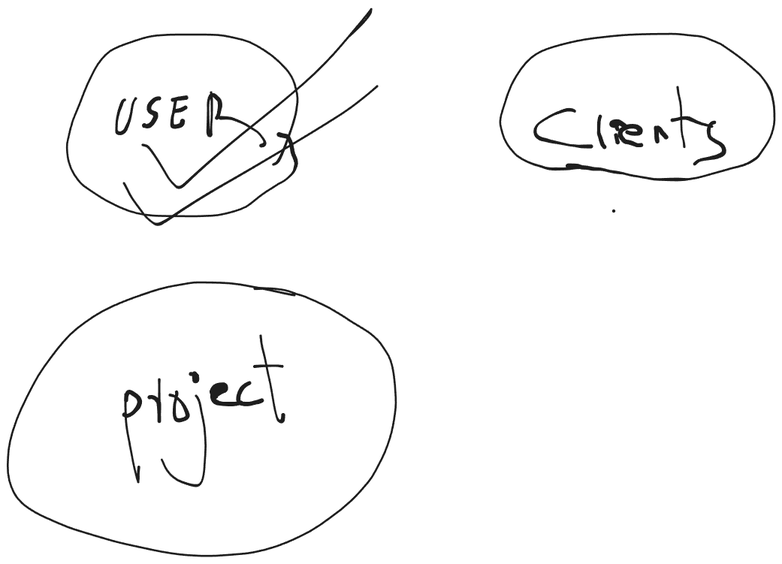
AryanAD/projectI keeps this Excalidraw diagram as idea.excalidraw.png. Above is the earlier version. Source tidied: one line per element, renumbered; positions are measured from the earlier drawing's top-left corner, leaving out a move shared by most shapes.
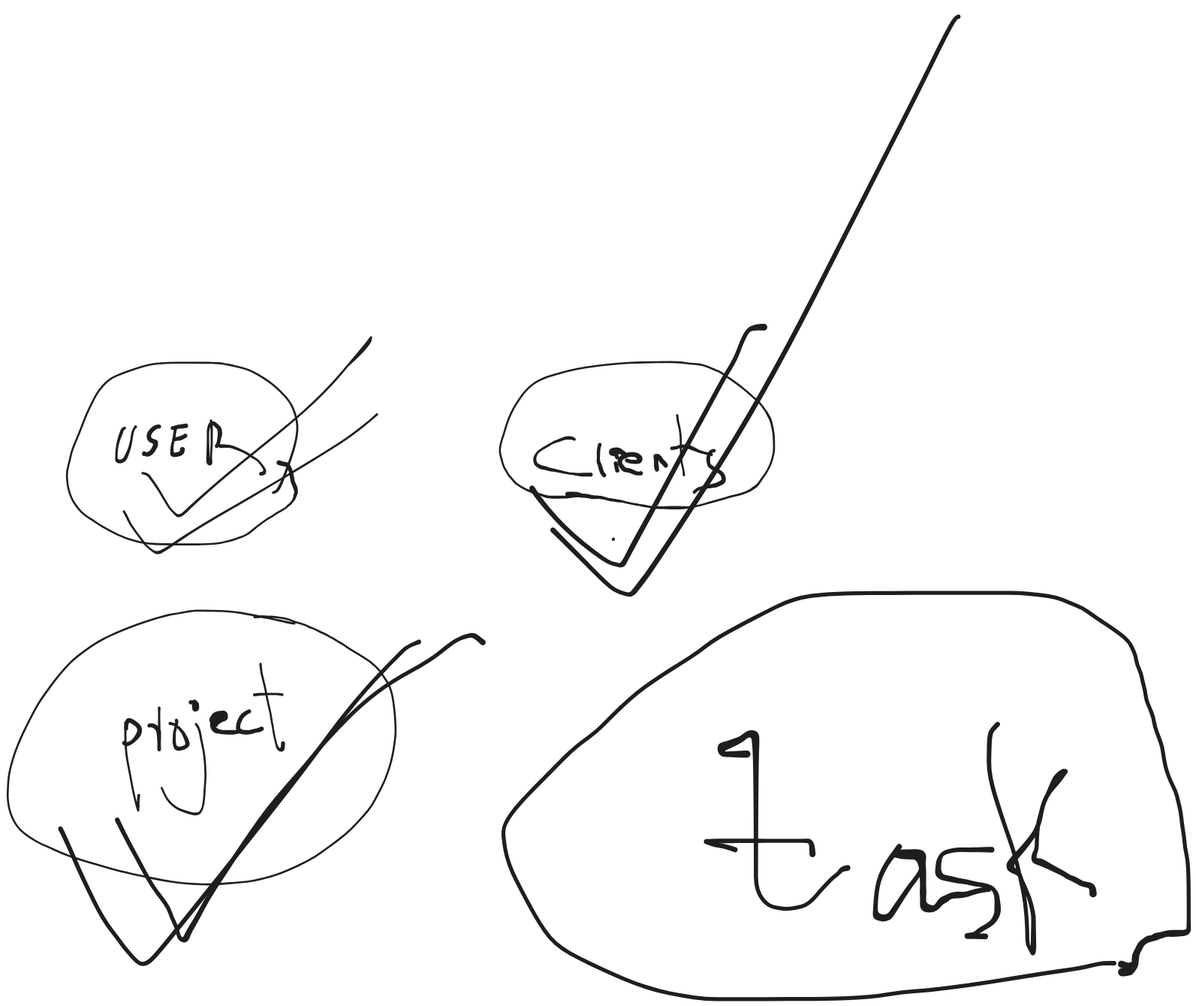
The same diagram one commit later.

Change to the diagram source:
```diff
@@ -30,3 +30,13 @@
 {"id": 29, "type": "freedraw", "strokeColor": "#1e1e1e", "strokeWidth": 1, "roughness": 1, "x": 329, "y": 478, "width": 37, "height": 1, "points": [[0, 0], [1, 0], [5, -1], [10, -1], [16, -1], [22, -1], [27, -1], [31, -1], [33, -1], [34, -1], [35, -1], [36, -1], [37, 0], [37, 0]]}
 {"id": 30, "type": "freedraw", "strokeColor": "#1e1e1e", "strokeWidth": 1, "roughness": 1, "x": 277, "y": 517, "width": 19, "height": 18, "points": [[0, 0], [1, -2], [2, -2], [5, -3], [6, -4], [8, -5], [9, -6], [12, -7], [13, -7], [14, -8], [14, -9], [14, -11], [14, -12], [13, -14], [12, -15], [11, -15], [10, -15], [9, -15], [8, -15], [6, -14], [5, -14], [4, -14], [3, -14], [1, -13], [0, -13], [-1, -12], [-2, -11], [-3, -10], [-3, -9], [-4, -8], [-5, -7], [-5, -6], [-5, -5], [-5, -4], [-4, -3], [-3, -3], [-1, -3], [0, -3], [0, -2], [0, 0], [0, 3], [0, 0]]}
 {"id": 31, "type": "freedraw", "strokeColor": "#1e1e1e", "strokeWidth": 1, "roughness": 1, "x": 382, "y": 383, "width": 518, "height": 365, "points": [[0, 0], [-48, -10], [-113, -17], [-162, -12], [-219, 5], [-282, 38], [-327, 86], [-366, 155], [-382, 220], [-373, 265], [-330, 298], [-240, 328], [-118, 348], [-36, 339], [38, 305], [101, 246], [134, 163], [130, 91], [114, 63], [92, 45], [66, 29], [38, 12], [13, 1], [-14, -7], [-36, -9], [-49, -9]]}
+{"id": 32, "type": "freedraw", "strokeColor": "#1e1e1e", "strokeWidth": 2, "roughness": 1, "x": 727, "y": 259, "width": 541, "height": 783, "points": [[0, 0], [8, 8], [16, 16], [40, 40], [56, 56], [68, 68], [80, 80], [91, 88], [103, 88], [107, 88], [107, 84], [111, 80], [155, 20], [382, -334], [525, -660], [541, -692], [541, -696], [541, -692], [541, -688], [541, -684], [541, -684]]}
+{"id": 33, "type": "freedraw", "strokeColor": "#1e1e1e", "strokeWidth": 2, "roughness": 1, "x": 699, "y": 203, "width": 310, "height": 318, "points": [[0, 0], [8, 12], [16, 24], [48, 60], [72, 80], [95, 96], [107, 103], [111, 103], [119, 103], [123, 103], [123, 99], [123, 96], [143, 60], [183, -12], [227, -95], [258, -151], [270, -175], [282, -191], [282, -203], [286, -211], [290, -215], [294, -215], [298, -215], [302, -215], [306, -215], [310, -215], [310, -215]]}
+{"id": 34, "type": "freedraw", "strokeColor": "#1e1e1e", "strokeWidth": 2, "roughness": 1, "x": 71, "y": 656, "width": 481, "height": 433, "points": [[0, 0], [4, 8], [8, 16], [24, 52], [32, 72], [48, 103], [60, 127], [72, 143], [84, 155], [91, 167], [99, 175], [107, 183], [111, 183], [119, 179], [131, 167], [203, 76], [310, -60], [378, -147], [398, -179], [410, -191], [425, -207], [433, -215], [445, -226], [457, -238], [469, -250], [481, -250], [481, -250]]}
+{"id": 35, "type": "freedraw", "strokeColor": "#1e1e1e", "strokeWidth": 2, "roughness": 1, "x": 146, "y": 644, "width": 489, "height": 409, "points": [[0, 0], [4, 8], [8, 16], [24, 48], [36, 68], [44, 84], [56, 103], [68, 115], [76, 127], [76, 139], [84, 151], [84, 163], [88, 163], [91, 163], [95, 155], [95, 147], [103, 135], [115, 115], [127, 92], [147, 64], [171, 28], [195, -8], [219, -40], [243, -63], [270, -95], [282, -111], [294, -123], [306, -135], [326, -155], [350, -175], [374, -191], [398, -203], [421, -215], [437, -226], [449, -238], [461, -246], [469, -246], [473, -246], [477, -246], [481, -242], [489, -234], [489, -234]]}
+{"id": 36, "type": "freedraw", "strokeColor": "#1e1e1e", "strokeWidth": 2, "roughness": 1, "x": 985, "y": 557, "width": 171, "height": 235, "points": [[0, 0], [-4, 0], [-12, 0], [-24, 0], [-32, 0], [-36, 0], [-36, -4], [-36, -8], [-36, -12], [-32, -12], [-28, -12], [-24, -12], [-16, -16], [-8, -20], [0, -24], [0, -28], [4, -28], [8, -28], [12, -28], [12, -24], [12, -20], [12, -4], [12, 8], [12, 28], [12, 56], [12, 80], [12, 103], [12, 123], [12, 147], [12, 171], [12, 187], [20, 199], [32, 207], [40, 207], [52, 207], [64, 207], [76, 203], [88, 199], [95, 187], [103, 175], [115, 163], [119, 159], [127, 155], [127, 151], [131, 151], [135, 151], [135, 151]]}
+{"id": 37, "type": "freedraw", "strokeColor": "#1e1e1e", "strokeWidth": 2, "roughness": 1, "x": 969, "y": 684, "width": 147, "height": 20, "points": [[0, 0], [-4, 0], [-8, -4], [-24, -8], [-36, -8], [-44, -12], [-40, -12], [-32, -12], [-16, -12], [-4, -12], [8, -12], [20, -12], [32, -12], [44, -12], [56, -12], [68, -12], [80, -12], [91, -12], [99, -12], [103, -12], [103, -8], [103, 0], [103, 8], [103, 8]]}
+{"id": 38, "type": "freedraw", "strokeColor": "#1e1e1e", "strokeWidth": 2, "roughness": 1, "x": 1188, "y": 680, "width": 155, "height": 96, "points": [[0, 0], [-8, 0], [-24, 32], [-32, 64], [-32, 80], [-32, 92], [-28, 96], [-16, 96], [-4, 80], [12, 56], [28, 36], [32, 24], [32, 16], [32, 8], [24, 8], [8, 8], [-8, 8], [-4, 12], [8, 12], [16, 12], [28, 12], [32, 20], [32, 40], [32, 56], [32, 64], [32, 80], [36, 84], [52, 84], [56, 72], [68, 68], [76, 64], [95, 64], [123, 56]]}
+{"id": 39, "type": "freedraw", "strokeColor": "#1e1e1e", "strokeWidth": 2, "roughness": 1, "x": 1311, "y": 684, "width": 80, "height": 115, "points": [[0, 0], [-4, 0], [-8, 0], [-20, 0], [-32, 0], [-44, 0], [-56, 0], [-68, 4], [-72, 8], [-72, 16], [-72, 20], [-72, 28], [-72, 32], [-72, 36], [-64, 40], [-48, 40], [-36, 44], [-24, 44], [-16, 48], [-4, 48], [8, 52], [8, 60], [8, 64], [8, 72], [8, 76], [8, 80], [8, 88], [4, 96], [-4, 103], [-16, 107], [-24, 111], [-24, 115], [-32, 115], [-36, 115], [-32, 115], [-28, 115], [-4, 115], [-4, 115]]}
+{"id": 40, "type": "freedraw", "strokeColor": "#1e1e1e", "strokeWidth": 2, "roughness": 1, "x": 1319, "y": 517, "width": 139, "height": 310, "points": [[0, 0], [-12, 28], [-4, 99], [32, 199], [40, 266], [40, 302], [48, 306], [48, 282], [48, 247], [32, 207], [24, 195], [16, 191], [28, 171], [56, 135], [64, 96], [80, 64], [91, 64], [60, 99], [52, 139], [52, 175], [48, 183], [60, 183], [95, 203], [111, 211], [127, 215], [127, 227]]}
+{"id": 41, "type": "freedraw", "strokeColor": "#1e1e1e", "strokeWidth": 2, "roughness": 1, "x": 1474, "y": 835, "width": 914, "height": 541, "points": [[0, 0], [-159, 24], [-338, 48], [-469, 48], [-632, 32], [-751, -28], [-811, -139], [-791, -215], [-727, -278], [-644, -354], [-537, -425], [-421, -489], [-286, -493], [-163, -493], [-44, -473], [16, -433], [40, -378], [56, -318], [72, -246], [91, -175], [99, -107], [99, -48], [84, -40], [56, -36], [32, -20], [28, 8], [12, 12], [0, 0]]}
```
